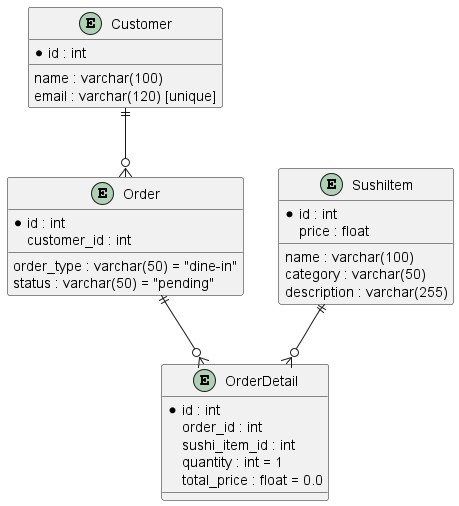
Before: docs/diagrams/erd/erd.png, a diagram exported from PlantUML (takahashidan85/sushi-restaurant-management).
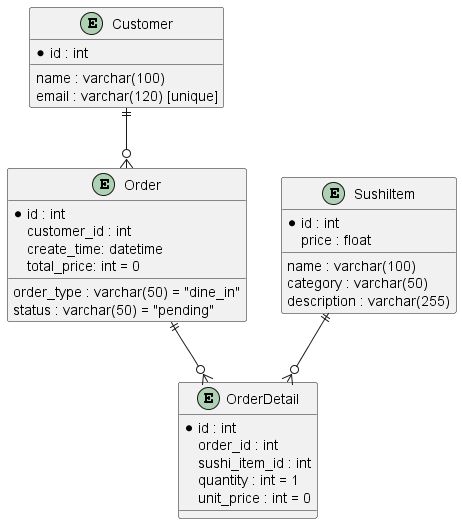
After the change.

What changed in the source:
```diff
@@ -8,8 +8,10 @@
 entity "Order" as orders {
   *id : int
   customer_id : int
-  order_type : varchar(50) = "dine-in"
+  order_type : varchar(50) = "dine_in"
   status : varchar(50) = "pending"
+  create_time: datetime
+  total_price: int = 0
 }
 
 entity "OrderDetail" as order_details {
@@ -17,7 +19,7 @@
   order_id : int
   sushi_item_id : int
   quantity : int = 1
-  total_price : float = 0.0
+  unit_price : int = 0
 }
 
 entity "SushiItem" as sushi_items {
```
